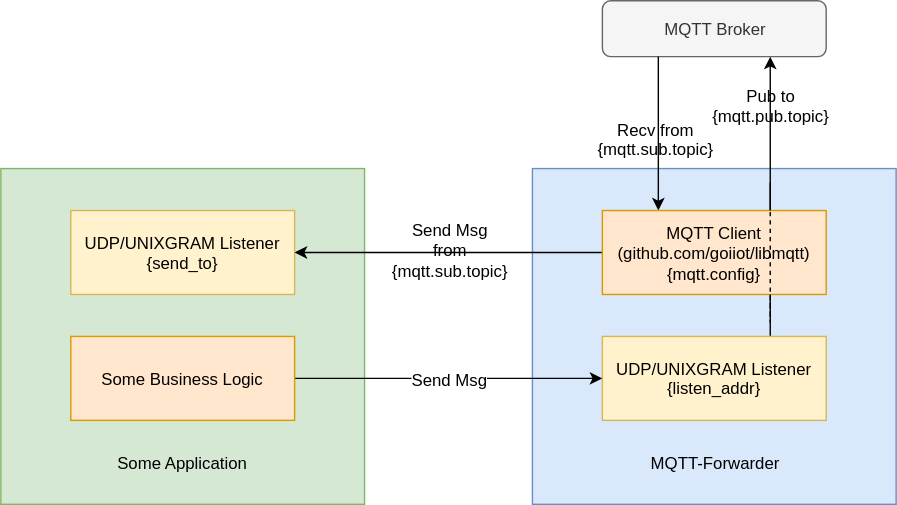
goiiot/mqtt-forwarder keeps this draw.io diagram as img/workflow.svg. Above is the earlier version. Source tidied: cells renumbered, new cells last; positions are measured from the earlier drawing's top-left corner, leaving out a move shared by most shapes. Its diagram source:
```xml
<mxGraphModel>
  <root>
    <mxCell id="0" />
    <mxCell id="1" parent="0" />
    <mxCell id="2" style="rounded=0;whiteSpace=wrap;html=1;fillColor=#dae8fc;strokeColor=#6c8ebf;" parent="1" vertex="1">
      <mxGeometry x="380" y="120" width="260" height="240" as="geometry" />
    </mxCell>
    <mxCell id="3" value="MQTT-Forwarder" style="text;html=1;strokeColor=none;fillColor=none;align=center;verticalAlign=middle;whiteSpace=wrap;rounded=0;" parent="1" vertex="1">
      <mxGeometry x="445" y="320" width="130" height="20" as="geometry" />
    </mxCell>
    <mxCell id="4" style="edgeStyle=orthogonalEdgeStyle;rounded=0;jettySize=auto;html=1;exitX=0.75;exitY=0;exitDx=0;exitDy=0;entryX=0.75;entryY=1;entryDx=0;entryDy=0;" parent="1" edge="1" source="6" target="13">
      <mxGeometry relative="1" as="geometry" />
    </mxCell>
    <mxCell id="5" value="Pub to&lt;br&gt;{mqtt.pub.topic}" style="text;html=1;align=center;verticalAlign=middle;labelBackgroundColor=none;" parent="4" vertex="1">
      <mxGeometry x="0.66" relative="1" as="geometry" />
    </mxCell>
    <mxCell id="6" value="UDP/UNIXGRAM Listener&lt;br&gt;{listen_addr}&lt;br&gt;" style="rounded=0;whiteSpace=wrap;html=1;fillColor=#fff2cc;strokeColor=#d6b656;" parent="1" vertex="1">
      <mxGeometry x="430" y="240" width="160" height="60" as="geometry" />
    </mxCell>
    <mxCell id="7" style="rounded=0;whiteSpace=wrap;html=1;fillColor=#d5e8d4;strokeColor=#82b366;" parent="1" vertex="1">
      <mxGeometry y="120" width="260" height="240" as="geometry" />
    </mxCell>
    <mxCell id="8" value="Some Application" style="text;html=1;strokeColor=none;fillColor=none;align=center;verticalAlign=middle;whiteSpace=wrap;rounded=0;" parent="1" vertex="1">
      <mxGeometry x="75" y="320" width="110" height="20" as="geometry" />
    </mxCell>
    <mxCell id="9" value="UDP/UNIXGRAM Listener&lt;br&gt;{send_to}&lt;br&gt;" style="rounded=0;whiteSpace=wrap;html=1;fillColor=#fff2cc;strokeColor=#d6b656;" parent="1" vertex="1">
      <mxGeometry x="50" y="150" width="160" height="60" as="geometry" />
    </mxCell>
    <mxCell id="10" style="edgeStyle=orthogonalEdgeStyle;rounded=0;jettySize=auto;html=1;exitX=1;exitY=0.5;exitDx=0;exitDy=0;entryX=0;entryY=0.5;entryDx=0;entryDy=0;" parent="1" edge="1" source="12" target="6">
      <mxGeometry relative="1" as="geometry" />
    </mxCell>
    <mxCell id="11" value="Send Msg&lt;br&gt;" style="text;html=1;align=center;verticalAlign=middle;labelBackgroundColor=#ffffff;" parent="10" vertex="1">
      <mxGeometry x="-0.08" y="-1" relative="1" as="geometry">
        <mxPoint x="9" y="-1" as="offset" />
      </mxGeometry>
    </mxCell>
    <mxCell id="12" value="Some Business Logic&lt;br&gt;" style="rounded=0;whiteSpace=wrap;html=1;fillColor=#ffe6cc;strokeColor=#d79b00;" parent="1" vertex="1">
      <mxGeometry x="50" y="240" width="160" height="60" as="geometry" />
    </mxCell>
    <mxCell id="13" value="MQTT Broker" style="rounded=1;whiteSpace=wrap;html=1;fillColor=#f5f5f5;strokeColor=#666666;fontColor=#333333;" parent="1" vertex="1">
      <mxGeometry x="430" width="160" height="40" as="geometry" />
    </mxCell>
    <mxCell id="14" style="edgeStyle=orthogonalEdgeStyle;rounded=0;jettySize=auto;html=1;exitX=0.25;exitY=1;exitDx=0;exitDy=0;entryX=0.25;entryY=0;entryDx=0;entryDy=0;" parent="1" edge="1" source="13" target="18">
      <mxGeometry relative="1" as="geometry" />
    </mxCell>
    <mxCell id="15" value="Recv from&lt;br&gt;{mqtt.sub.topic}" style="text;html=1;align=center;verticalAlign=middle;labelBackgroundColor=none;" parent="14" vertex="1">
      <mxGeometry x="0.05" y="-2" relative="1" as="geometry" />
    </mxCell>
    <mxCell id="16" style="edgeStyle=orthogonalEdgeStyle;rounded=0;jettySize=auto;html=1;exitX=0;exitY=0.5;exitDx=0;exitDy=0;entryX=1;entryY=0.5;entryDx=0;entryDy=0;" parent="1" edge="1" source="18" target="9">
      <mxGeometry relative="1" as="geometry" />
    </mxCell>
    <mxCell id="17" value="Send Msg&lt;br&gt;from&lt;br&gt;{mqtt.sub.topic}" style="text;html=1;align=center;verticalAlign=middle;labelBackgroundColor=none;" parent="16" vertex="1">
      <mxGeometry x="-0.01" y="-3" relative="1" as="geometry" />
    </mxCell>
    <mxCell id="18" value="MQTT Client&lt;br&gt;(github.com/goiiot/libmqtt)&lt;br&gt;{mqtt.config}&lt;br&gt;" style="rounded=0;whiteSpace=wrap;html=1;fillColor=#ffe6cc;strokeColor=#d79b00;" parent="1" vertex="1">
      <mxGeometry x="430" y="150" width="160" height="60" as="geometry" />
    </mxCell>
    <mxCell id="19" style="edgeStyle=orthogonalEdgeStyle;rounded=0;orthogonalLoop=1;jettySize=auto;html=1;exitX=0.75;exitY=1;exitDx=0;exitDy=0;entryX=0.75;entryY=0;entryDx=0;entryDy=0;endArrow=none;endFill=0;dashed=1;" parent="1" edge="1" source="18" target="18">
      <mxGeometry relative="1" as="geometry" />
    </mxCell>
  </root>
</mxGraphModel>
```
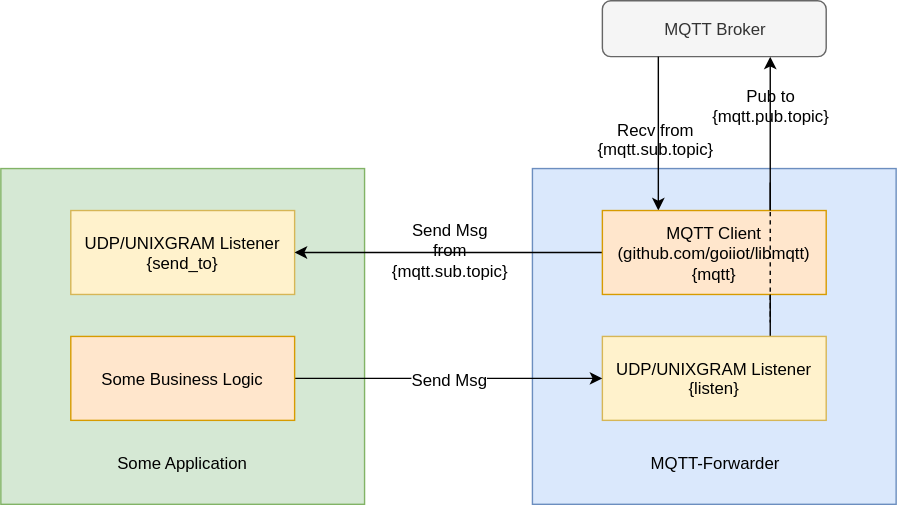
The same file after the commit.

Commit message:
Fix config fields in workflow img

What changed in the source:
```diff
@@ -14,7 +14,7 @@
     <mxCell id="5" value="Pub to&lt;br&gt;{mqtt.pub.topic}" style="text;html=1;align=center;verticalAlign=middle;labelBackgroundColor=none;" parent="4" vertex="1">
       <mxGeometry x="0.66" relative="1" as="geometry" />
     </mxCell>
-    <mxCell id="6" value="UDP/UNIXGRAM Listener&lt;br&gt;{listen_addr}&lt;br&gt;" style="rounded=0;whiteSpace=wrap;html=1;fillColor=#fff2cc;strokeColor=#d6b656;" parent="1" vertex="1">
+    <mxCell id="6" value="UDP/UNIXGRAM Listener&lt;br&gt;{listen}&lt;br&gt;" style="rounded=0;whiteSpace=wrap;html=1;fillColor=#fff2cc;strokeColor=#d6b656;" parent="1" vertex="1">
       <mxGeometry x="430" y="240" width="160" height="60" as="geometry" />
     </mxCell>
     <mxCell id="7" style="rounded=0;whiteSpace=wrap;html=1;fillColor=#d5e8d4;strokeColor=#82b366;" parent="1" vertex="1">
@@ -52,7 +52,7 @@
     <mxCell id="17" value="Send Msg&lt;br&gt;from&lt;br&gt;{mqtt.sub.topic}" style="text;html=1;align=center;verticalAlign=middle;labelBackgroundColor=none;" parent="16" vertex="1">
       <mxGeometry x="-0.01" y="-3" relative="1" as="geometry" />
     </mxCell>
-    <mxCell id="18" value="MQTT Client&lt;br&gt;(github.com/goiiot/libmqtt)&lt;br&gt;{mqtt.config}&lt;br&gt;" style="rounded=0;whiteSpace=wrap;html=1;fillColor=#ffe6cc;strokeColor=#d79b00;" parent="1" vertex="1">
+    <mxCell id="18" value="MQTT Client&lt;br&gt;(github.com/goiiot/libmqtt)&lt;br&gt;{mqtt}&lt;br&gt;" style="rounded=0;whiteSpace=wrap;html=1;fillColor=#ffe6cc;strokeColor=#d79b00;" parent="1" vertex="1">
       <mxGeometry x="430" y="150" width="160" height="60" as="geometry" />
     </mxCell>
     <mxCell id="19" style="edgeStyle=orthogonalEdgeStyle;rounded=0;orthogonalLoop=1;jettySize=auto;html=1;exitX=0.75;exitY=1;exitDx=0;exitDy=0;entryX=0.75;entryY=0;entryDx=0;entryDy=0;endArrow=none;endFill=0;dashed=1;" parent="1" edge="1" source="18" target="18">
```
